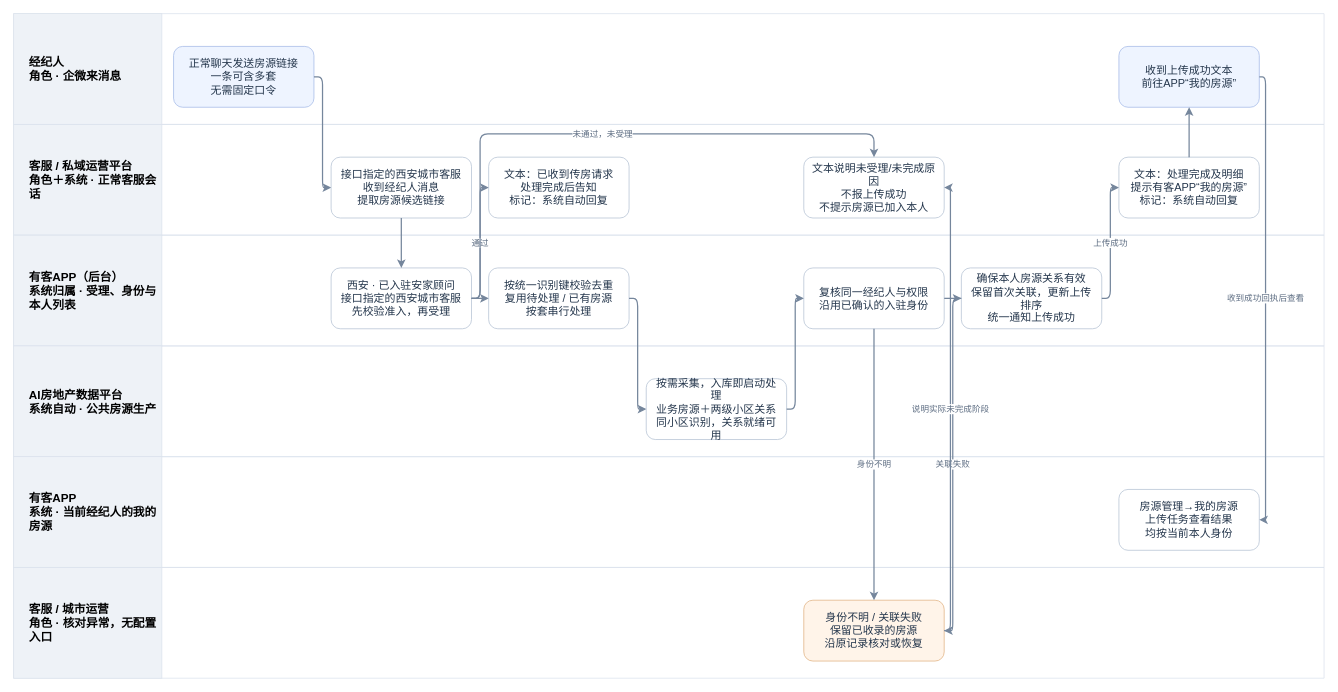
This is page "企微上传｜客服视角、准入与完成回执" (3 of 3) of B端发房共用资源/V3.0-B端房源上传与管理-角色与系统业务流程.drawio from JZT-AI/ai-real-estate-platform-v3-prototype, a draw.io file, before an edit. Source tidied: cells renumbered, new cells numbered last; positions are measured from the earlier drawing's top-left corner, leaving out a move shared by most shapes. Both pictures are drawn from the tidied source at 78%, with x=0, y=0 at pixel (13, 13).
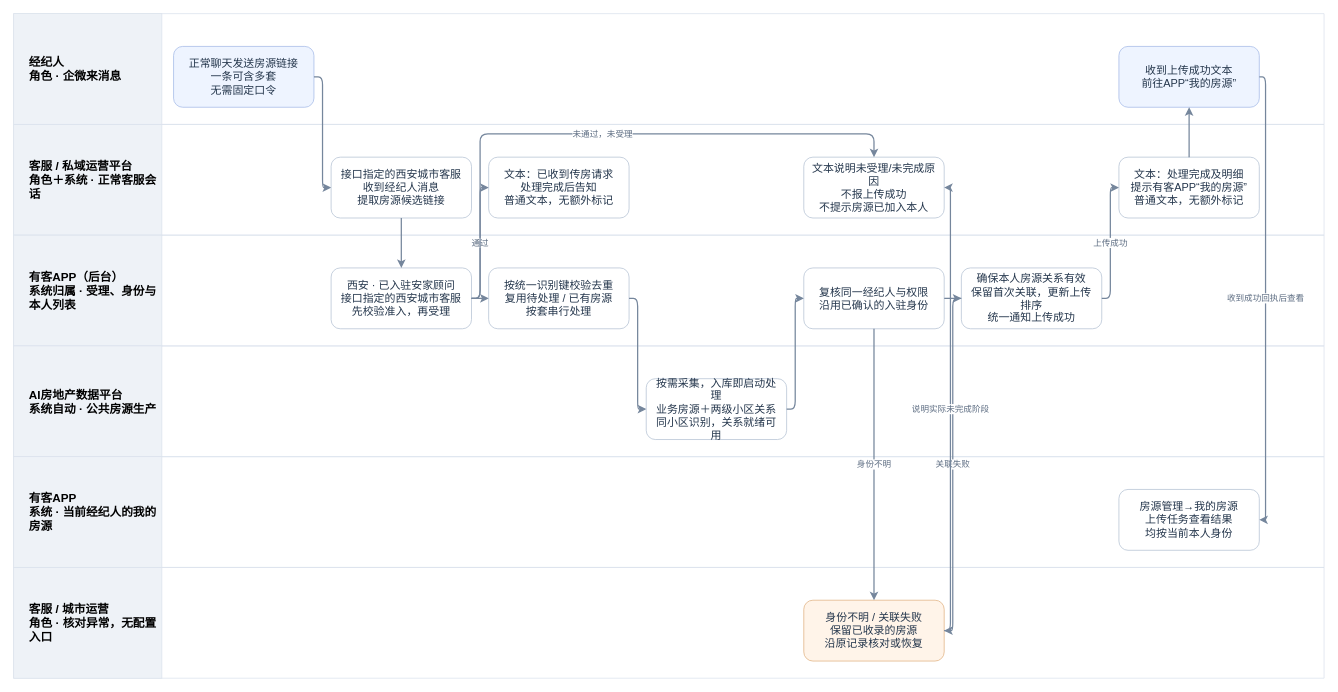
The same page after the edit.

The change refers to these unchanged cells:
```xml
<mxCell id="4" style="swimlane;horizontal=1;startSize=0;fillColor=#f8fafc;strokeColor=#dce3ed;" parent="1" vertex="1">
  <mxGeometry y="142" width="1680" height="142" as="geometry" />
</mxCell>
```

Diff of the diagram source:
```diff
@@
-    <mxCell id="16" value="文本：已收到传房请求&lt;br&gt;处理完成后告知&lt;br&gt;标记：系统自动回复" style="rounded=1;whiteSpace=wrap;html=1;fillColor=#fff;strokeColor=#b7c4d5;fontColor=#24364c;fontSize=14;spacing=8;" parent="4" vertex="1">
+    <mxCell id="16" value="文本：已收到传房请求&lt;br&gt;处理完成后告知&lt;br&gt;普通文本，无额外标记" style="rounded=1;whiteSpace=wrap;html=1;fillColor=#fff;strokeColor=#b7c4d5;fontColor=#24364c;fontSize=14;spacing=8;" parent="4" vertex="1">
       <mxGeometry x="609" y="42" width="180" height="78" as="geometry" />
     </mxCell>
@@
-    <mxCell id="22" value="文本：处理完成及明细&lt;br&gt;提示有客APP“我的房源”&lt;br&gt;标记：系统自动回复" style="rounded=1;whiteSpace=wrap;html=1;fillColor=#fff;strokeColor=#b7c4d5;fontColor=#24364c;fontSize=14;spacing=8;" parent="4" vertex="1">
+    <mxCell id="22" value="文本：处理完成及明细&lt;br&gt;提示有客APP“我的房源”&lt;br&gt;普通文本，无额外标记" style="rounded=1;whiteSpace=wrap;html=1;fillColor=#fff;strokeColor=#b7c4d5;fontColor=#24364c;fontSize=14;spacing=8;" parent="4" vertex="1">
       <mxGeometry x="1417" y="42" width="180" height="78" as="geometry" />
     </mxCell>
```
